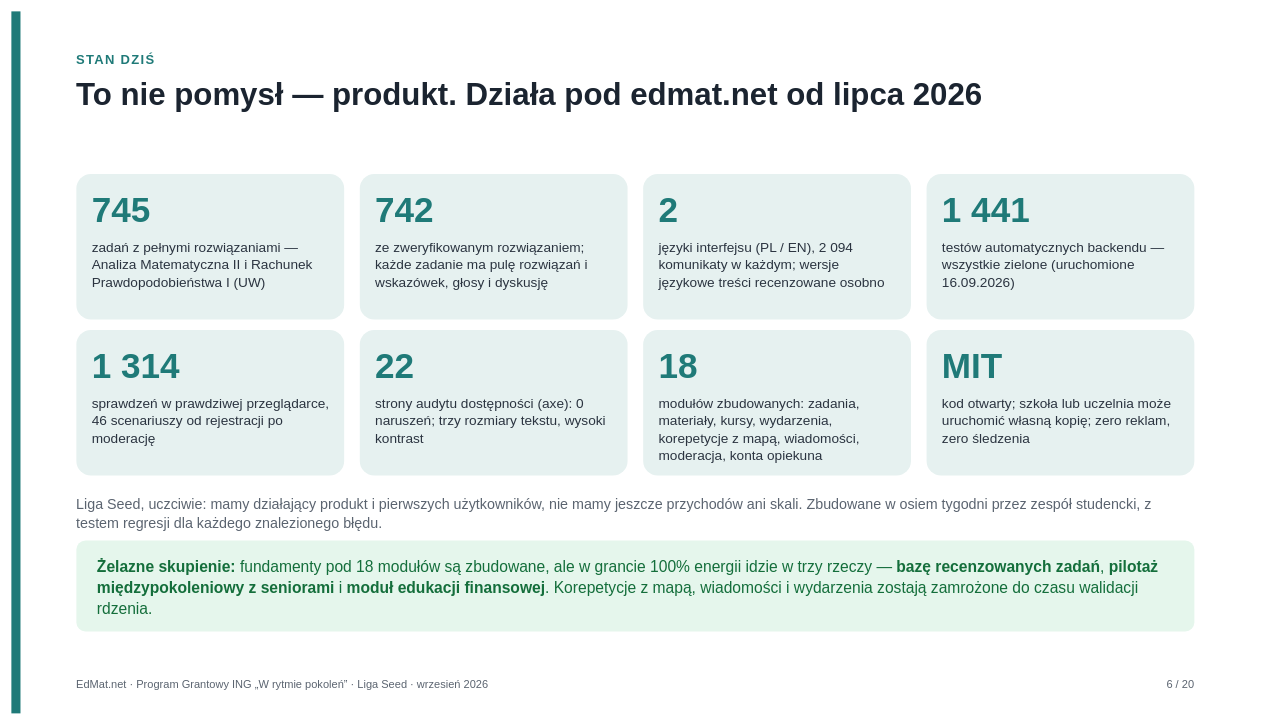
This is page "6 Co już działa" (6 of 21) of grant/ING-2026/EdMat-ING-2026.drawio from tryingtodosth/edmat, a draw.io file, before an edit. Source tidied: cells renumbered, new cells numbered last; positions are measured from the earlier drawing's top-left corner, leaving out a move shared by most shapes. Both pictures are drawn from the tidied source at 65%, with x=0, y=0 at pixel (11, 11).
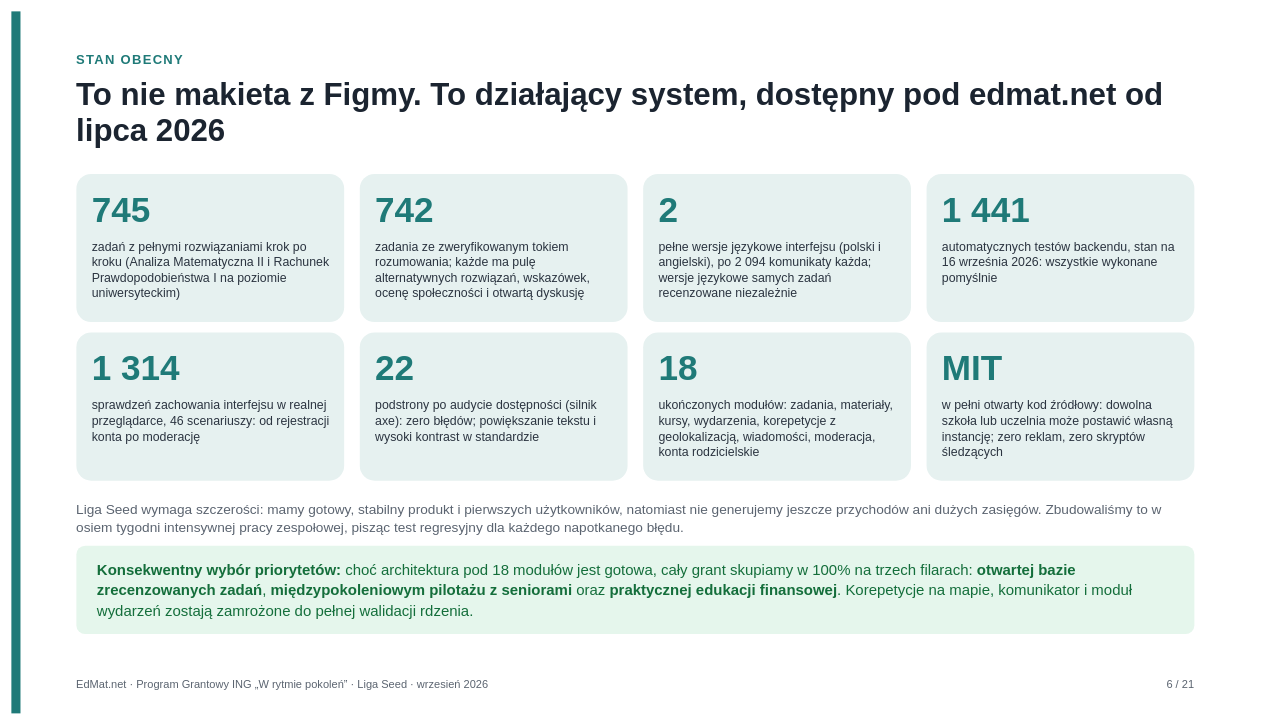
The same page after the edit.

Change to the diagram source:
```diff
@@
-    <mxCell id="4" value="&lt;span style=&quot;letter-spacing:2px&quot;&gt;STAN DZIŚ&lt;/span&gt;" style="text;html=1;strokeColor=none;fillColor=none;align=left;verticalAlign=top;whiteSpace=wrap;overflow=visible;fontFamily=Helvetica;fontSize=20;fontColor=#1F7A78;fontStyle=1;spacing=0;spacingTop=0;spacingLeft=0;spacingRight=0;spacingBottom=0;" parent="1" vertex="1">
+    <mxCell id="4" value="&lt;span style=&quot;letter-spacing:2px&quot;&gt;STAN OBECNY&lt;/span&gt;" style="text;html=1;strokeColor=none;fillColor=none;align=left;verticalAlign=top;whiteSpace=wrap;overflow=visible;fontFamily=Helvetica;fontSize=20;fontColor=#1F7A78;fontStyle=1;spacing=0;spacingTop=0;spacingLeft=0;spacingRight=0;spacingBottom=0;" parent="1" vertex="1">
       <mxGeometry x="100" y="58" width="1720" height="34" as="geometry" />
     </mxCell>
-    <mxCell id="5" value="&lt;div style=&quot;line-height:1.15&quot;&gt;To nie pomysł — produkt. Działa pod edmat.net od lipca 2026&lt;/div&gt;" style="text;html=1;strokeColor=none;fillColor=none;align=left;verticalAlign=top;whiteSpace=wrap;overflow=visible;fontFamily=Helvetica;fontSize=48;fontColor=#1B2430;fontStyle=1;spacing=0;spacingTop=0;spacingLeft=0;spacingRight=0;spacingBottom=0;" parent="1" vertex="1">
+    <mxCell id="5" value="&lt;div style=&quot;line-height:1.15&quot;&gt;To nie makieta z Figmy. To działający system, dostępny pod edmat.net od lipca 2026&lt;/div&gt;" style="text;html=1;strokeColor=none;fillColor=none;align=left;verticalAlign=top;whiteSpace=wrap;overflow=visible;fontFamily=Helvetica;fontSize=48;fontColor=#1B2430;fontStyle=1;spacing=0;spacingTop=0;spacingLeft=0;spacingRight=0;spacingBottom=0;" parent="1" vertex="1">
       <mxGeometry x="100" y="96" width="1720" height="120" as="geometry" />
     </mxCell>
     <mxCell id="6" style="rounded=1;arcSize=10;whiteSpace=wrap;html=1;fillColor=#E6F1F0;strokeColor=none;strokeWidth=1;fontFamily=Helvetica;" parent="1" vertex="1">
-      <mxGeometry x="100" y="250" width="412" height="224" as="geometry" />
+      <mxGeometry x="100" y="250" width="412" height="228" as="geometry" />
     </mxCell>
@@
-    <mxCell id="8" value="&lt;div style=&quot;line-height:1.25&quot;&gt;zadań z pełnymi rozwiązaniami — Analiza Matematyczna II i Rachunek Prawdopodobieństwa I (UW)&lt;/div&gt;" style="text;html=1;strokeColor=none;fillColor=none;align=left;verticalAlign=top;whiteSpace=wrap;overflow=visible;fontFamily=Helvetica;fontSize=21;fontColor=#2B3440;fontStyle=0;spacing=0;spacingTop=0;spacingLeft=0;spacingRight=0;spacingBottom=0;" parent="1" vertex="1">
-      <mxGeometry x="124" y="346" width="364" height="118" as="geometry" />
+    <mxCell id="8" value="&lt;div style=&quot;line-height:1.25&quot;&gt;zadań z pełnymi rozwiązaniami krok po kroku (Analiza Matematyczna II i Rachunek Prawdopodobieństwa I na poziomie uniwersyteckim)&lt;/div&gt;" style="text;html=1;strokeColor=none;fillColor=none;align=left;verticalAlign=top;whiteSpace=wrap;overflow=visible;fontFamily=Helvetica;fontSize=19;fontColor=#2B3440;fontStyle=0;spacing=0;spacingTop=0;spacingLeft=0;spacingRight=0;spacingBottom=0;" parent="1" vertex="1">
+      <mxGeometry x="124" y="346" width="364" height="122" as="geometry" />
     </mxCell>
     <mxCell id="9" style="rounded=1;arcSize=10;whiteSpace=wrap;html=1;fillColor=#E6F1F0;strokeColor=none;strokeWidth=1;fontFamily=Helvetica;" parent="1" vertex="1">
-      <mxGeometry x="536" y="250" width="412" height="224" as="geometry" />
+      <mxGeometry x="536" y="250" width="412" height="228" as="geometry" />
     </mxCell>
@@
-    <mxCell id="11" value="&lt;div style=&quot;line-height:1.25&quot;&gt;ze zweryfikowanym rozwiązaniem; każde zadanie ma pulę rozwiązań i wskazówek, głosy i dyskusję&lt;/div&gt;" style="text;html=1;strokeColor=none;fillColor=none;align=left;verticalAlign=top;whiteSpace=wrap;overflow=visible;fontFamily=Helvetica;fontSize=21;fontColor=#2B3440;fontStyle=0;spacing=0;spacingTop=0;spacingLeft=0;spacingRight=0;spacingBottom=0;" parent="1" vertex="1">
-      <mxGeometry x="560" y="346" width="364" height="118" as="geometry" />
+    <mxCell id="11" value="&lt;div style=&quot;line-height:1.25&quot;&gt;zadania ze zweryfikowanym tokiem rozumowania; każde ma pulę alternatywnych rozwiązań, wskazówek, ocenę społeczności i otwartą dyskusję&lt;/div&gt;" style="text;html=1;strokeColor=none;fillColor=none;align=left;verticalAlign=top;whiteSpace=wrap;overflow=visible;fontFamily=Helvetica;fontSize=19;fontColor=#2B3440;fontStyle=0;spacing=0;spacingTop=0;spacingLeft=0;spacingRight=0;spacingBottom=0;" parent="1" vertex="1">
+      <mxGeometry x="560" y="346" width="364" height="122" as="geometry" />
     </mxCell>
     <mxCell id="12" style="rounded=1;arcSize=10;whiteSpace=wrap;html=1;fillColor=#E6F1F0;strokeColor=none;strokeWidth=1;fontFamily=Helvetica;" parent="1" vertex="1">
-      <mxGeometry x="972" y="250" width="412" height="224" as="geometry" />
+      <mxGeometry x="972" y="250" width="412" height="228" as="geometry" />
     </mxCell>
@@
-    <mxCell id="14" value="&lt;div style=&quot;line-height:1.25&quot;&gt;języki interfejsu (PL / EN), 2 094 komunikaty w każdym; wersje językowe treści recenzowane osobno&lt;/div&gt;" style="text;html=1;strokeColor=none;fillColor=none;align=left;verticalAlign=top;whiteSpace=wrap;overflow=visible;fontFamily=Helvetica;fontSize=21;fontColor=#2B3440;fontStyle=0;spacing=0;spacingTop=0;spacingLeft=0;spacingRight=0;spacingBottom=0;" parent="1" vertex="1">
-      <mxGeometry x="996" y="346" width="364" height="118" as="geometry" />
+    <mxCell id="14" value="&lt;div style=&quot;line-height:1.25&quot;&gt;pełne wersje językowe interfejsu (polski i angielski), po 2 094 komunikaty każda; wersje językowe samych zadań recenzowane niezależnie&lt;/div&gt;" style="text;html=1;strokeColor=none;fillColor=none;align=left;verticalAlign=top;whiteSpace=wrap;overflow=visible;fontFamily=Helvetica;fontSize=19;fontColor=#2B3440;fontStyle=0;spacing=0;spacingTop=0;spacingLeft=0;spacingRight=0;spacingBottom=0;" parent="1" vertex="1">
+      <mxGeometry x="996" y="346" width="364" height="122" as="geometry" />
     </mxCell>
     <mxCell id="15" style="rounded=1;arcSize=10;whiteSpace=wrap;html=1;fillColor=#E6F1F0;strokeColor=none;strokeWidth=1;fontFamily=Helvetica;" parent="1" vertex="1">
-      <mxGeometry x="1408" y="250" width="412" height="224" as="geometry" />
+      <mxGeometry x="1408" y="250" width="412" height="228" as="geometry" />
     </mxCell>
@@
-    <mxCell id="17" value="&lt;div style=&quot;line-height:1.25&quot;&gt;testów automatycznych backendu — wszystkie zielone (uruchomione 16.09.2026)&lt;/div&gt;" style="text;html=1;strokeColor=none;fillColor=none;align=left;verticalAlign=top;whiteSpace=wrap;overflow=visible;fontFamily=Helvetica;fontSize=21;fontColor=#2B3440;fontStyle=0;spacing=0;spacingTop=0;spacingLeft=0;spacingRight=0;spacingBottom=0;" parent="1" vertex="1">
-      <mxGeometry x="1432" y="346" width="364" height="118" as="geometry" />
+    <mxCell id="17" value="&lt;div style=&quot;line-height:1.25&quot;&gt;automatycznych testów backendu, stan na 16 września 2026: wszystkie wykonane pomyślnie&lt;/div&gt;" style="text;html=1;strokeColor=none;fillColor=none;align=left;verticalAlign=top;whiteSpace=wrap;overflow=visible;fontFamily=Helvetica;fontSize=19;fontColor=#2B3440;fontStyle=0;spacing=0;spacingTop=0;spacingLeft=0;spacingRight=0;spacingBottom=0;" parent="1" vertex="1">
+      <mxGeometry x="1432" y="346" width="364" height="122" as="geometry" />
     </mxCell>
     <mxCell id="18" style="rounded=1;arcSize=10;whiteSpace=wrap;html=1;fillColor=#E6F1F0;strokeColor=none;strokeWidth=1;fontFamily=Helvetica;" parent="1" vertex="1">
-      <mxGeometry x="100" y="490" width="412" height="224" as="geometry" />
+      <mxGeometry x="100" y="494" width="412" height="228" as="geometry" />
     </mxCell>
     <mxCell id="19" value="&lt;div style=&quot;line-height:1.05&quot;&gt;1 314&lt;/div&gt;" style="text;html=1;strokeColor=none;fillColor=none;align=left;verticalAlign=top;whiteSpace=wrap;overflow=visible;fontFamily=Helvetica;fontSize=54;fontColor=#1F7A78;fontStyle=1;spacing=0;spacingTop=0;spacingLeft=0;spacingRight=0;spacingBottom=0;" parent="1" vertex="1">
-      <mxGeometry x="124" y="512" width="364" height="80" as="geometry" />
+      <mxGeometry x="124" y="516" width="364" height="80" as="geometry" />
     </mxCell>
-    <mxCell id="20" value="&lt;div style=&quot;line-height:1.25&quot;&gt;sprawdzeń w prawdziwej przeglądarce, 46 scenariuszy od rejestracji po moderację&lt;/div&gt;" style="text;html=1;strokeColor=none;fillColor=none;align=left;verticalAlign=top;whiteSpace=wrap;overflow=visible;fontFamily=Helvetica;fontSize=21;fontColor=#2B3440;fontStyle=0;spacing=0;spacingTop=0;spacingLeft=0;spacingRight=0;spacingBottom=0;" parent="1" vertex="1">
-      <mxGeometry x="124" y="586" width="364" height="118" as="geometry" />
+    <mxCell id="20" value="&lt;div style=&quot;line-height:1.25&quot;&gt;sprawdzeń zachowania interfejsu w realnej przeglądarce, 46 scenariuszy: od rejestracji konta po moderację&lt;/div&gt;" style="text;html=1;strokeColor=none;fillColor=none;align=left;verticalAlign=top;whiteSpace=wrap;overflow=visible;fontFamily=Helvetica;fontSize=19;fontColor=#2B3440;fontStyle=0;spacing=0;spacingTop=0;spacingLeft=0;spacingRight=0;spacingBottom=0;" parent="1" vertex="1">
+      <mxGeometry x="124" y="590" width="364" height="122" as="geometry" />
     </mxCell>
     <mxCell id="21" style="rounded=1;arcSize=10;whiteSpace=wrap;html=1;fillColor=#E6F1F0;strokeColor=none;strokeWidth=1;fontFamily=Helvetica;" parent="1" vertex="1">
-      <mxGeometry x="536" y="490" width="412" height="224" as="geometry" />
+      <mxGeometry x="536" y="494" width="412" height="228" as="geometry" />
     </mxCell>
     <mxCell id="22" value="&lt;div style=&quot;line-height:1.05&quot;&gt;22&lt;/div&gt;" style="text;html=1;strokeColor=none;fillColor=none;align=left;verticalAlign=top;whiteSpace=wrap;overflow=visible;fontFamily=Helvetica;fontSize=54;fontColor=#1F7A78;fontStyle=1;spacing=0;spacingTop=0;spacingLeft=0;spacingRight=0;spacingBottom=0;" parent="1" vertex="1">
-      <mxGeometry x="560" y="512" width="364" height="80" as="geometry" />
+      <mxGeometry x="560" y="516" width="364" height="80" as="geometry" />
     </mxCell>
-    <mxCell id="23" value="&lt;div style=&quot;line-height:1.25&quot;&gt;strony audytu dostępności (axe): 0 naruszeń; trzy rozmiary tekstu, wysoki kontrast&lt;/div&gt;" style="text;html=1;strokeColor=none;fillColor=none;align=left;verticalAlign=top;whiteSpace=wrap;overflow=visible;fontFamily=Helvetica;fontSize=21;fontColor=#2B3440;fontStyle=0;spacing=0;spacingTop=0;spacingLeft=0;spacingRight=0;spacingBottom=0;" parent="1" vertex="1">
-      <mxGeometry x="560" y="586" width="364" height="118" as="geometry" />
+    <mxCell id="23" value="&lt;div style=&quot;line-height:1.25&quot;&gt;podstrony po audycie dostępności (silnik axe): zero błędów; powiększanie tekstu i wysoki kontrast w standardzie&lt;/div&gt;" style="text;html=1;strokeColor=none;fillColor=none;align=left;verticalAlign=top;whiteSpace=wrap;overflow=visible;fontFamily=Helvetica;fontSize=19;fontColor=#2B3440;fontStyle=0;spacing=0;spacingTop=0;spacingLeft=0;spacingRight=0;spacingBottom=0;" parent="1" vertex="1">
+      <mxGeometry x="560" y="590" width="364" height="122" as="geometry" />
     </mxCell>
     <mxCell id="24" style="rounded=1;arcSize=10;whiteSpace=wrap;html=1;fillColor=#E6F1F0;strokeColor=none;strokeWidth=1;fontFamily=Helvetica;" parent="1" vertex="1">
-      <mxGeometry x="972" y="490" width="412" height="224" as="geometry" />
+      <mxGeometry x="972" y="494" width="412" height="228" as="geometry" />
     </mxCell>
     <mxCell id="25" value="&lt;div style=&quot;line-height:1.05&quot;&gt;18&lt;/div&gt;" style="text;html=1;strokeColor=none;fillColor=none;align=left;verticalAlign=top;whiteSpace=wrap;overflow=visible;fontFamily=Helvetica;fontSize=54;fontColor=#1F7A78;fontStyle=1;spacing=0;spacingTop=0;spacingLeft=0;spacingRight=0;spacingBottom=0;" parent="1" vertex="1">
-      <mxGeometry x="996" y="512" width="364" height="80" as="geometry" />
+      <mxGeometry x="996" y="516" width="364" height="80" as="geometry" />
     </mxCell>
-    <mxCell id="26" value="&lt;div style=&quot;line-height:1.25&quot;&gt;modułów zbudowanych: zadania, materiały, kursy, wydarzenia, korepetycje z mapą, wiadomości, moderacja, konta opiekuna&lt;/div&gt;" style="text;html=1;strokeColor=none;fillColor=none;align=left;verticalAlign=top;whiteSpace=wrap;overflow=visible;fontFamily=Helvetica;fontSize=21;fontColor=#2B3440;fontStyle=0;spacing=0;spacingTop=0;spacingLeft=0;spacingRight=0;spacingBottom=0;" parent="1" vertex="1">
-      <mxGeometry x="996" y="586" width="364" height="118" as="geometry" />
+    <mxCell id="26" value="&lt;div style=&quot;line-height:1.25&quot;&gt;ukończonych modułów: zadania, materiały, kursy, wydarzenia, korepetycje z geolokalizacją, wiadomości, moderacja, konta rodzicielskie&lt;/div&gt;" style="text;html=1;strokeColor=none;fillColor=none;align=left;verticalAlign=top;whiteSpace=wrap;overflow=visible;fontFamily=Helvetica;fontSize=19;fontColor=#2B3440;fontStyle=0;spacing=0;spacingTop=0;spacingLeft=0;spacingRight=0;spacingBottom=0;" parent="1" vertex="1">
+      <mxGeometry x="996" y="590" width="364" height="122" as="geometry" />
     </mxCell>
     <mxCell id="27" style="rounded=1;arcSize=10;whiteSpace=wrap;html=1;fillColor=#E6F1F0;strokeColor=none;strokeWidth=1;fontFamily=Helvetica;" parent="1" vertex="1">
-      <mxGeometry x="1408" y="490" width="412" height="224" as="geometry" />
+      <mxGeometry x="1408" y="494" width="412" height="228" as="geometry" />
     </mxCell>
     <mxCell id="28" value="&lt;div style=&quot;line-height:1.05&quot;&gt;MIT&lt;/div&gt;" style="text;html=1;strokeColor=none;fillColor=none;align=left;verticalAlign=top;whiteSpace=wrap;overflow=visible;fontFamily=Helvetica;fontSize=54;fontColor=#1F7A78;fontStyle=1;spacing=0;spacingTop=0;spacingLeft=0;spacingRight=0;spacingBottom=0;" parent="1" vertex="1">
-      <mxGeometry x="1432" y="512" width="364" height="80" as="geometry" />
+      <mxGeometry x="1432" y="516" width="364" height="80" as="geometry" />
     </mxCell>
-    <mxCell id="29" value="&lt;div style=&quot;line-height:1.25&quot;&gt;kod otwarty; szkoła lub uczelnia może uruchomić własną kopię; zero reklam, zero śledzenia&lt;/div&gt;" style="text;html=1;strokeColor=none;fillColor=none;align=left;verticalAlign=top;whiteSpace=wrap;overflow=visible;fontFamily=Helvetica;fontSize=21;fontColor=#2B3440;fontStyle=0;spacing=0;spacingTop=0;spacingLeft=0;spacingRight=0;spacingBottom=0;" parent="1" vertex="1">
-      <mxGeometry x="1432" y="586" width="364" height="118" as="geometry" />
+    <mxCell id="29" value="&lt;div style=&quot;line-height:1.25&quot;&gt;w pełni otwarty kod źródłowy: dowolna szkoła lub uczelnia może postawić własną instancję; zero reklam, zero skryptów śledzących&lt;/div&gt;" style="text;html=1;strokeColor=none;fillColor=none;align=left;verticalAlign=top;whiteSpace=wrap;overflow=visible;fontFamily=Helvetica;fontSize=19;fontColor=#2B3440;fontStyle=0;spacing=0;spacingTop=0;spacingLeft=0;spacingRight=0;spacingBottom=0;" parent="1" vertex="1">
+      <mxGeometry x="1432" y="590" width="364" height="122" as="geometry" />
     </mxCell>
-    <mxCell id="30" value="&lt;div style=&quot;line-height:1.3&quot;&gt;Liga Seed, uczciwie: mamy działający produkt i pierwszych użytkowników, nie mamy jeszcze przychodów ani skali. Zbudowane w osiem tygodni przez zespół studencki, z testem regresji dla każdego znalezionego błędu.&lt;/div&gt;" style="text;html=1;strokeColor=none;fillColor=none;align=left;verticalAlign=top;whiteSpace=wrap;overflow=visible;fontFamily=Helvetica;fontSize=22;fontColor=#5B6470;fontStyle=0;spacing=0;spacingTop=0;spacingLeft=0;spacingRight=0;spacingBottom=0;" parent="1" vertex="1">
-      <mxGeometry x="100" y="740" width="1720" height="60" as="geometry" />
+    <mxCell id="30" value="&lt;div style=&quot;line-height:1.3&quot;&gt;Liga Seed wymaga szczerości: mamy gotowy, stabilny produkt i pierwszych użytkowników, natomiast nie generujemy jeszcze przychodów ani dużych zasięgów. Zbudowaliśmy to w osiem tygodni intensywnej pracy zespołowej, pisząc test regresyjny dla każdego napotkanego błędu.&lt;/div&gt;" style="text;html=1;strokeColor=none;fillColor=none;align=left;verticalAlign=top;whiteSpace=wrap;overflow=visible;fontFamily=Helvetica;fontSize=21;fontColor=#5B6470;fontStyle=0;spacing=0;spacingTop=0;spacingLeft=0;spacingRight=0;spacingBottom=0;" parent="1" vertex="1">
+      <mxGeometry x="100" y="748" width="1720" height="60" as="geometry" />
     </mxCell>
     <mxCell id="31" style="rounded=1;arcSize=10;whiteSpace=wrap;html=1;fillColor=#E5F6EC;strokeColor=none;strokeWidth=1;fontFamily=Helvetica;" parent="1" vertex="1">
-      <mxGeometry x="100" y="814" width="1720" height="140" as="geometry" />
+      <mxGeometry x="100" y="822" width="1720" height="136" as="geometry" />
     </mxCell>
-    <mxCell id="32" value="&lt;div style=&quot;line-height:1.35&quot;&gt;&lt;span style=&quot;color:#146E3B&quot;&gt;&lt;b&gt;Żelazne skupienie:&lt;/b&gt; fundamenty pod 18 modułów są zbudowane, ale w grancie 100% energii idzie w trzy rzeczy — &lt;b&gt;bazę recenzowanych zadań&lt;/b&gt;, &lt;b&gt;pilotaż międzypokoleniowy z seniorami&lt;/b&gt; i &lt;b&gt;moduł edukacji finansowej&lt;/b&gt;. Korepetycje z mapą, wiadomości i wydarzenia zostają zamrożone do czasu walidacji rdzenia.&lt;/span&gt;&lt;/div&gt;" style="text;html=1;strokeColor=none;fillColor=none;align=left;verticalAlign=top;whiteSpace=wrap;overflow=visible;fontFamily=Helvetica;fontSize=24;fontColor=#2B3440;fontStyle=0;spacing=0;spacingTop=0;spacingLeft=0;spacingRight=0;spacingBottom=0;" parent="1" vertex="1">
-      <mxGeometry x="132" y="834" width="1656" height="110" as="geometry" />
+    <mxCell id="32" value="&lt;div style=&quot;line-height:1.35&quot;&gt;&lt;span style=&quot;color:#146E3B&quot;&gt;&lt;b&gt;Konsekwentny wybór priorytetów:&lt;/b&gt; choć architektura pod 18 modułów jest gotowa, cały grant skupiamy w 100% na trzech filarach: &lt;b&gt;otwartej bazie zrecenzowanych zadań&lt;/b&gt;, &lt;b&gt;międzypokoleniowym pilotażu z seniorami&lt;/b&gt; oraz &lt;b&gt;praktycznej edukacji finansowej&lt;/b&gt;. Korepetycje na mapie, komunikator i moduł wydarzeń zostają zamrożone do pełnej walidacji rdzenia.&lt;/span&gt;&lt;/div&gt;" style="text;html=1;strokeColor=none;fillColor=none;align=left;verticalAlign=top;whiteSpace=wrap;overflow=visible;fontFamily=Helvetica;fontSize=23;fontColor=#2B3440;fontStyle=0;spacing=0;spacingTop=0;spacingLeft=0;spacingRight=0;spacingBottom=0;" parent="1" vertex="1">
+      <mxGeometry x="132" y="840" width="1656" height="110" as="geometry" />
     </mxCell>
@@
-    <mxCell id="34" value="6 / 20" style="text;html=1;strokeColor=none;fillColor=none;align=right;verticalAlign=top;whiteSpace=wrap;overflow=visible;fontFamily=Helvetica;fontSize=17;fontColor=#5B6470;fontStyle=0;spacing=0;spacingTop=0;spacingLeft=0;spacingRight=0;spacingBottom=0;" parent="1" vertex="1">
-      <mxGeometry x="1620" y="1022" width="200" height="30" as="geometry" />
-    </mxCell>
+    <mxCell id="35" value="6 / 21" style="text;html=1;strokeColor=none;fillColor=none;align=right;verticalAlign=top;whiteSpace=wrap;overflow=visible;fontFamily=Helvetica;fontSize=17;fontColor=#5B6470;fontStyle=0;spacing=0;spacingTop=0;spacingLeft=0;spacingRight=0;spacingBottom=0;" parent="1" vertex="1">
+      <mxGeometry x="1620" y="1022" width="200" height="30" as="geometry" />
+    </mxCell>
```
